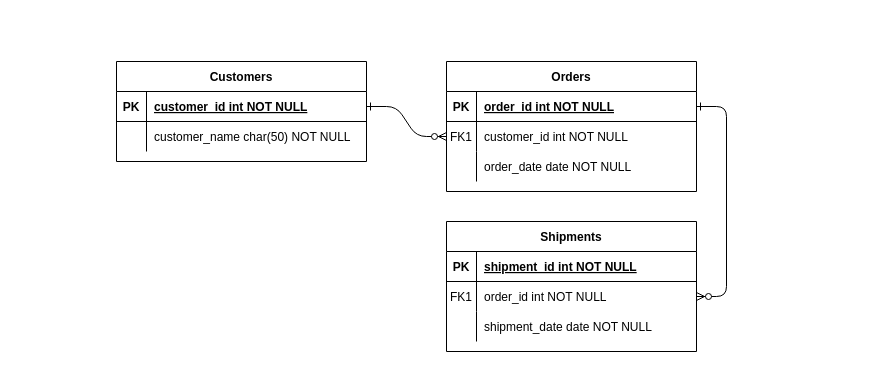
devpilot-official/chat keeps this draw.io diagram as Entity Diagram for Ugenie.drawio. Above is the earlier version. Source tidied: cells renumbered, new cells numbered last; positions are measured from the earlier drawing's top-left corner, leaving out a move shared by most shapes. Both pictures are drawn from the tidied source at 100%, with x=0, y=0 at pixel (116, 61).
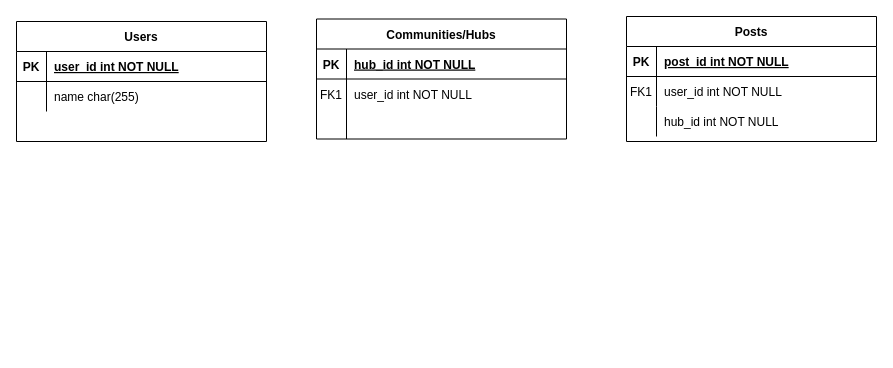
Above is the later version.

Unchanged cells that the change refers to:
```xml
<mxCell id="5" style="shape=partialRectangle;fillColor=none;points=[[0,0.5],[1,0.5]];portConstraint=eastwest;top=0;left=0;right=0;bottom=1;" parent="4" vertex="1">
  <mxGeometry y="30" width="250" height="30" as="geometry" />
</mxCell>
<mxCell id="8" style="shape=partialRectangle;fillColor=none;points=[[0,0.5],[1,0.5]];portConstraint=eastwest;top=0;left=0;right=0;bottom=0;" parent="4" vertex="1">
  <mxGeometry y="60" width="250" height="30" as="geometry" />
</mxCell>
<mxCell id="11" style="shape=partialRectangle;fillColor=none;top=0;left=0;right=0;bottom=0;" parent="4" vertex="1">
  <mxGeometry y="90" width="250" height="30" as="geometry" />
</mxCell>
<mxCell id="15" style="shape=partialRectangle;fillColor=none;top=0;left=0;right=0;bottom=1;" parent="14" vertex="1">
  <mxGeometry y="30" width="250" height="30" as="geometry" />
</mxCell>
<mxCell id="18" style="shape=partialRectangle;fillColor=none;points=[[0,0.5],[1,0.5]];portConstraint=eastwest;top=0;left=0;right=0;bottom=0;" parent="14" vertex="1">
  <mxGeometry y="60" width="250" height="30" as="geometry" />
</mxCell>
<mxCell id="21" style="shape=partialRectangle;fillColor=none;top=0;left=0;right=0;bottom=0;" parent="14" vertex="1">
  <mxGeometry y="90" width="250" height="30" as="geometry" />
</mxCell>
<mxCell id="25" style="shape=partialRectangle;fillColor=none;points=[[0,0.5],[1,0.5]];portConstraint=eastwest;top=0;left=0;right=0;bottom=1;" parent="24" vertex="1">
  <mxGeometry y="30" width="250" height="30" as="geometry" />
</mxCell>
<mxCell id="28" style="shape=partialRectangle;fillColor=none;top=0;left=0;right=0;bottom=0;" parent="24" vertex="1">
  <mxGeometry y="60" width="250" height="30" as="geometry" />
</mxCell>
```

The edit, as a diff of the source:
```diff
@@
-    <mxCell id="2" style="edgeStyle=entityRelationEdgeStyle;endArrow=ERzeroToMany;startArrow=ERone;endFill=1;startFill=0;" parent="1" edge="1" source="25" target="8">
-      <mxGeometry relative="1" as="geometry" />
-    </mxCell>
-    <mxCell id="3" style="edgeStyle=entityRelationEdgeStyle;endArrow=ERzeroToMany;startArrow=ERone;endFill=1;startFill=0;" parent="1" edge="1" source="5" target="18">
-      <mxGeometry relative="1" as="geometry" />
-    </mxCell>
-    <mxCell id="4" value="Orders" style="shape=table;startSize=30;childLayout=tableLayout;rowLines=0;fontStyle=1;align=center;" parent="1" vertex="1">
-      <mxGeometry x="330" width="250" height="130" as="geometry" />
+    <mxCell id="4" value="Communities/Hubs" style="shape=table;startSize=30;childLayout=tableLayout;rowLines=0;fontStyle=1;align=center;" parent="1" vertex="1">
+      <mxGeometry x="200" y="-42.5" width="250" height="120" as="geometry" />
     </mxCell>
@@
-    <mxCell id="7" value="order_id int NOT NULL " style="shape=partialRectangle;overflow=hidden;fillColor=none;top=0;left=0;bottom=0;right=0;align=left;spacingLeft=6;fontStyle=5;" parent="5" vertex="1">
+    <mxCell id="7" value="hub_id int NOT NULL " style="shape=partialRectangle;overflow=hidden;fillColor=none;top=0;left=0;bottom=0;right=0;align=left;spacingLeft=6;fontStyle=5;" parent="5" vertex="1">
       <mxGeometry x="30" width="220" height="30" as="geometry" />
     </mxCell>
@@
-    <mxCell id="10" value="customer_id int NOT NULL" style="shape=partialRectangle;overflow=hidden;fillColor=none;top=0;left=0;bottom=0;right=0;align=left;spacingLeft=6;" parent="8" vertex="1">
+    <mxCell id="10" value="user_id int NOT NULL" style="shape=partialRectangle;overflow=hidden;fillColor=none;top=0;left=0;bottom=0;right=0;align=left;spacingLeft=6;" parent="8" vertex="1">
       <mxGeometry x="30" width="220" height="30" as="geometry" />
     </mxCell>
@@
-    <mxCell id="13" value="order_date date NOT NULL" style="shape=partialRectangle;overflow=hidden;fillColor=none;top=0;left=0;bottom=0;right=0;align=left;spacingLeft=6;" parent="11" vertex="1">
+    <mxCell id="13" style="shape=partialRectangle;overflow=hidden;fillColor=none;top=0;left=0;bottom=0;right=0;align=left;spacingLeft=6;" parent="11" vertex="1">
       <mxGeometry x="30" width="220" height="30" as="geometry" />
     </mxCell>
-    <mxCell id="14" value="Shipments" style="shape=table;startSize=30;childLayout=tableLayout;rowLines=0;fontStyle=1;align=center;" parent="1" vertex="1">
-      <mxGeometry x="330" y="160" width="250" height="130" as="geometry" />
+    <mxCell id="14" value="Posts" style="shape=table;startSize=30;childLayout=tableLayout;rowLines=0;fontStyle=1;align=center;" parent="1" vertex="1">
+      <mxGeometry x="510" y="-45" width="250" height="125" as="geometry" />
     </mxCell>
@@
-    <mxCell id="17" value="shipment_id int NOT NULL " style="shape=partialRectangle;overflow=hidden;fillColor=none;top=0;left=0;bottom=0;right=0;align=left;spacingLeft=6;fontStyle=5;" parent="15" vertex="1">
+    <mxCell id="17" value="post_id int NOT NULL " style="shape=partialRectangle;overflow=hidden;fillColor=none;top=0;left=0;bottom=0;right=0;align=left;spacingLeft=6;fontStyle=5;" parent="15" vertex="1">
       <mxGeometry x="30" width="220" height="30" as="geometry" />
     </mxCell>
@@
-    <mxCell id="20" value="order_id int NOT NULL" style="shape=partialRectangle;overflow=hidden;fillColor=none;top=0;left=0;bottom=0;right=0;align=left;spacingLeft=6;" parent="18" vertex="1">
+    <mxCell id="20" value="user_id int NOT NULL" style="shape=partialRectangle;overflow=hidden;fillColor=none;top=0;left=0;bottom=0;right=0;align=left;spacingLeft=6;" parent="18" vertex="1">
       <mxGeometry x="30" width="220" height="30" as="geometry" />
     </mxCell>
@@
-    <mxCell id="23" value="shipment_date date NOT NULL" style="shape=partialRectangle;overflow=hidden;fillColor=none;top=0;left=0;bottom=0;right=0;align=left;spacingLeft=6;" parent="21" vertex="1">
+    <mxCell id="23" value="hub_id int NOT NULL" style="shape=partialRectangle;overflow=hidden;fillColor=none;top=0;left=0;bottom=0;right=0;align=left;spacingLeft=6;" parent="21" vertex="1">
       <mxGeometry x="30" width="220" height="30" as="geometry" />
     </mxCell>
-    <mxCell id="24" value="Customers" style="shape=table;startSize=30;childLayout=tableLayout;rowLines=0;fontStyle=1;align=center;" parent="1" vertex="1">
-      <mxGeometry width="250" height="100" as="geometry" />
+    <mxCell id="24" value="Users" style="shape=table;startSize=30;childLayout=tableLayout;rowLines=0;fontStyle=1;align=center;" parent="1" vertex="1">
+      <mxGeometry x="-100" y="-40" width="250" height="120" as="geometry" />
     </mxCell>
@@
-    <mxCell id="27" value="customer_id int NOT NULL " style="shape=partialRectangle;overflow=hidden;fillColor=none;top=0;left=0;bottom=0;right=0;align=left;spacingLeft=6;fontStyle=5;" parent="25" vertex="1">
+    <mxCell id="27" value="user_id int NOT NULL " style="shape=partialRectangle;overflow=hidden;fillColor=none;top=0;left=0;bottom=0;right=0;align=left;spacingLeft=6;fontStyle=5;" parent="25" vertex="1">
       <mxGeometry x="30" width="220" height="30" as="geometry" />
     </mxCell>
@@
-    <mxCell id="30" value="customer_name char(50) NOT NULL" style="shape=partialRectangle;overflow=hidden;fillColor=none;top=0;left=0;bottom=0;right=0;align=left;spacingLeft=6;" parent="28" vertex="1">
+    <mxCell id="30" value="name char(255)" style="shape=partialRectangle;overflow=hidden;fillColor=none;top=0;left=0;bottom=0;right=0;align=left;spacingLeft=6;" parent="28" vertex="1">
       <mxGeometry x="30" width="220" height="30" as="geometry" />
     </mxCell>
```
